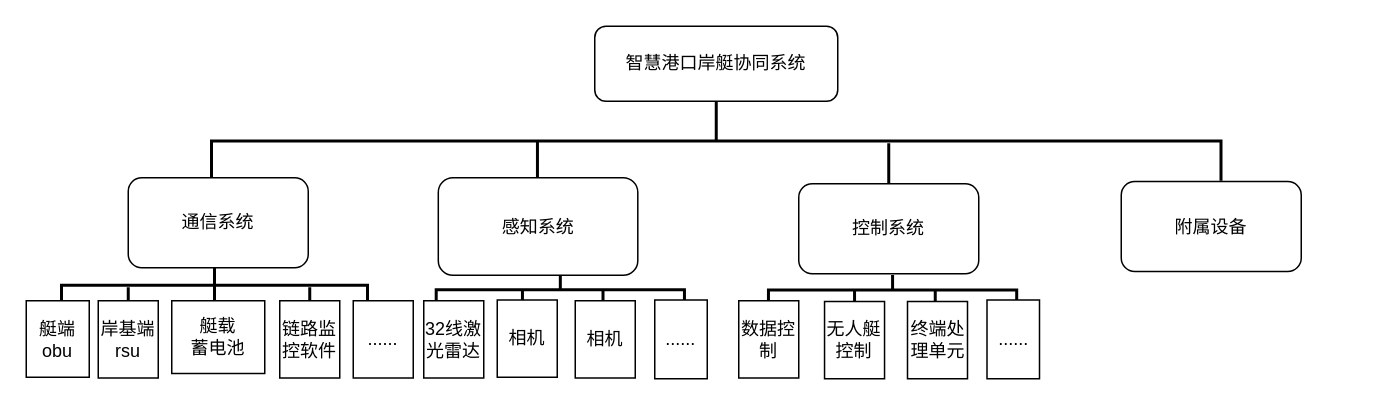
Above: patents/嵌入式系统.drawio in Xaviersfk/pictures-of-paper (draw.io), before the change. Source tidied: cells renumbered, new cells numbered last; positions are measured from the earlier drawing's top-left corner, leaving out a move shared by most shapes. Both pictures are drawn from the tidied source at 150%, with x=0, y=0 at pixel (26, -364).
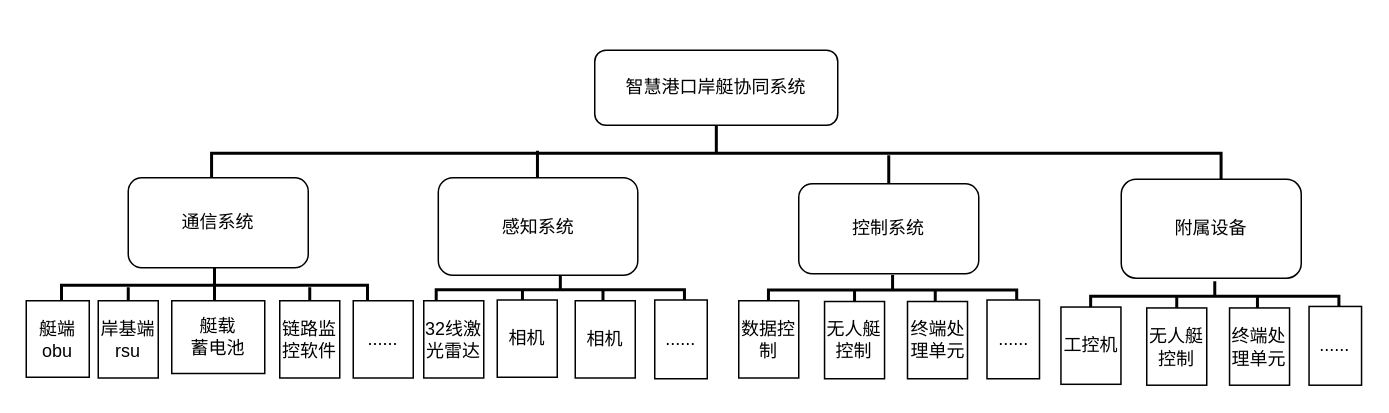
The same diagram, later.

Commit message:
更新嵌入式系统.drawio

The edit, as a diff of the source:
```diff
@@
     <mxCell id="2" value="&lt;span&gt;智慧港口岸艇协同系统&lt;/span&gt;" style="rounded=1;whiteSpace=wrap;html=1;" parent="1" vertex="1">
-      <mxGeometry x="379" y="260" width="162" height="50" as="geometry" />
+      <mxGeometry x="379" y="276" width="162" height="50" as="geometry" />
     </mxCell>
     <mxCell id="3" style="strokeWidth=2;html=1;shape=mxgraph.flowchart.annotation_2;align=left;labelPosition=right;rotation=90;" parent="1" vertex="1">
-      <mxGeometry x="433.5" width="53" height="673" as="geometry" />
+      <mxGeometry x="441.8" y="8.2" width="36.5" height="673" as="geometry" />
     </mxCell>
@@
     <mxCell id="6" style="line;strokeWidth=2;direction=south;html=1;" parent="1" vertex="1">
-      <mxGeometry x="335.8" y="336" width="10" height="31" as="geometry" />
+      <mxGeometry x="335.8" y="343" width="10" height="24" as="geometry" />
     </mxCell>
     <mxCell id="7" style="line;strokeWidth=2;direction=south;html=1;" parent="1" vertex="1">
-      <mxGeometry x="570" y="338" width="10" height="27" as="geometry" />
+      <mxGeometry x="570" y="346" width="10" height="19" as="geometry" />
     </mxCell>
     <mxCell id="8" value="附属设备" style="rounded=1;whiteSpace=wrap;html=1;" parent="1" vertex="1">
-      <mxGeometry x="730" y="363.5" width="120" height="60" as="geometry" />
+      <mxGeometry x="730" y="362" width="120" height="66" as="geometry" />
     </mxCell>
@@
+    <mxCell id="33" style="strokeWidth=2;html=1;shape=mxgraph.flowchart.annotation_2;align=left;labelPosition=right;rotation=90;" parent="1" vertex="1">
+      <mxGeometry x="782.4" y="357.2" width="19.9" height="165.5" as="geometry" />
+    </mxCell>
+    <mxCell id="34" value="......" style="rounded=0;whiteSpace=wrap;html=1;" parent="1" vertex="1">
+      <mxGeometry x="855.2" y="446.8" width="35" height="52.5" as="geometry" />
+    </mxCell>
+    <mxCell id="35" style="line;strokeWidth=2;direction=south;html=1;" parent="1" vertex="1">
+      <mxGeometry x="762" y="440.6" width="10" height="12" as="geometry" />
+    </mxCell>
+    <mxCell id="36" style="line;strokeWidth=2;direction=south;html=1;" parent="1" vertex="1">
+      <mxGeometry x="815.8" y="440.6" width="10" height="12" as="geometry" />
+    </mxCell>
+    <mxCell id="37" value="工控机" style="rounded=0;whiteSpace=wrap;html=1;" parent="1" vertex="1">
+      <mxGeometry x="689.8" y="447.2" width="40" height="51.5" as="geometry" />
+    </mxCell>
+    <mxCell id="38" value="无人艇控制" style="rounded=0;whiteSpace=wrap;html=1;" parent="1" vertex="1">
+      <mxGeometry x="747" y="447.8" width="40" height="51.5" as="geometry" />
+    </mxCell>
+    <mxCell id="39" value="终端处理单元" style="rounded=0;whiteSpace=wrap;html=1;" parent="1" vertex="1">
+      <mxGeometry x="802.2" y="447.8" width="40" height="51.5" as="geometry" />
+    </mxCell>
```
